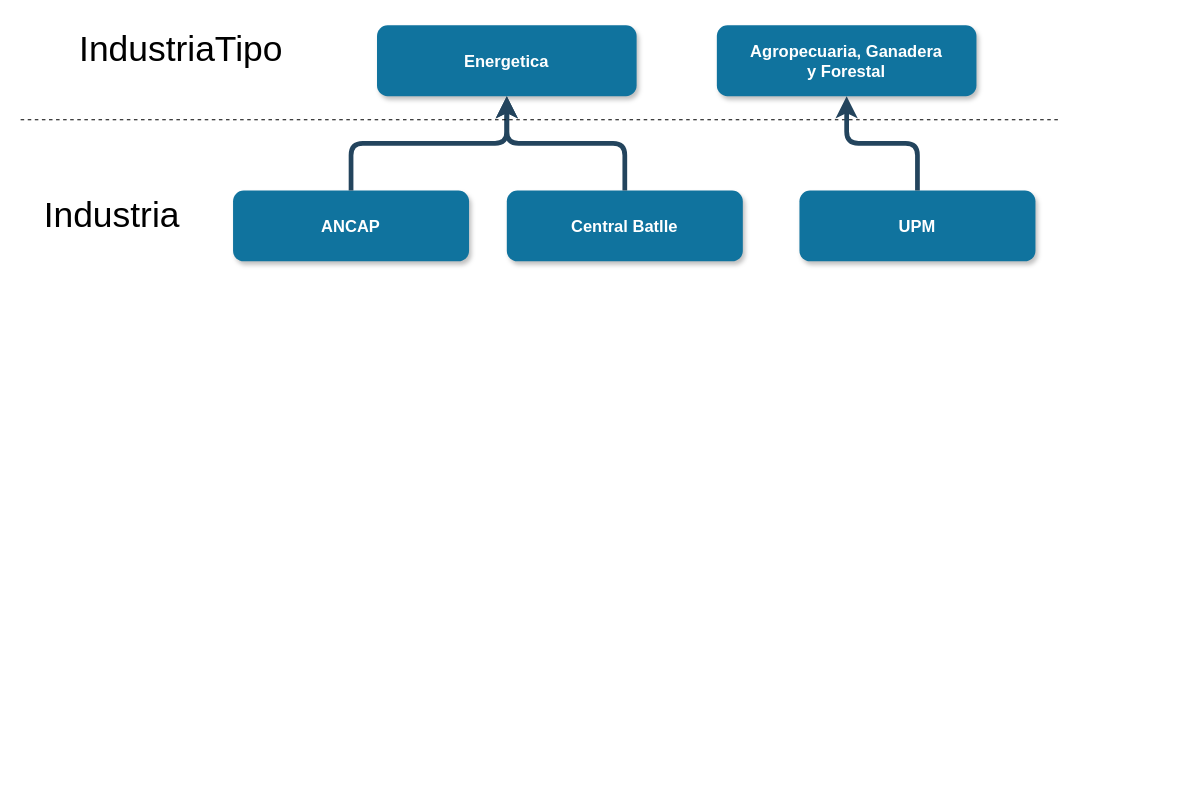
Above: 2. Diseño conceptual/industrias_example.drawio in gonzalomelov/dw-calidad-aire-docs (draw.io), before the change. Source tidied: cells renumbered, new cells numbered last; positions are measured from the earlier drawing's top-left corner, leaving out a move shared by most shapes. Both pictures are drawn from the tidied source at 118%, with x=0, y=0 at pixel (20, 25).
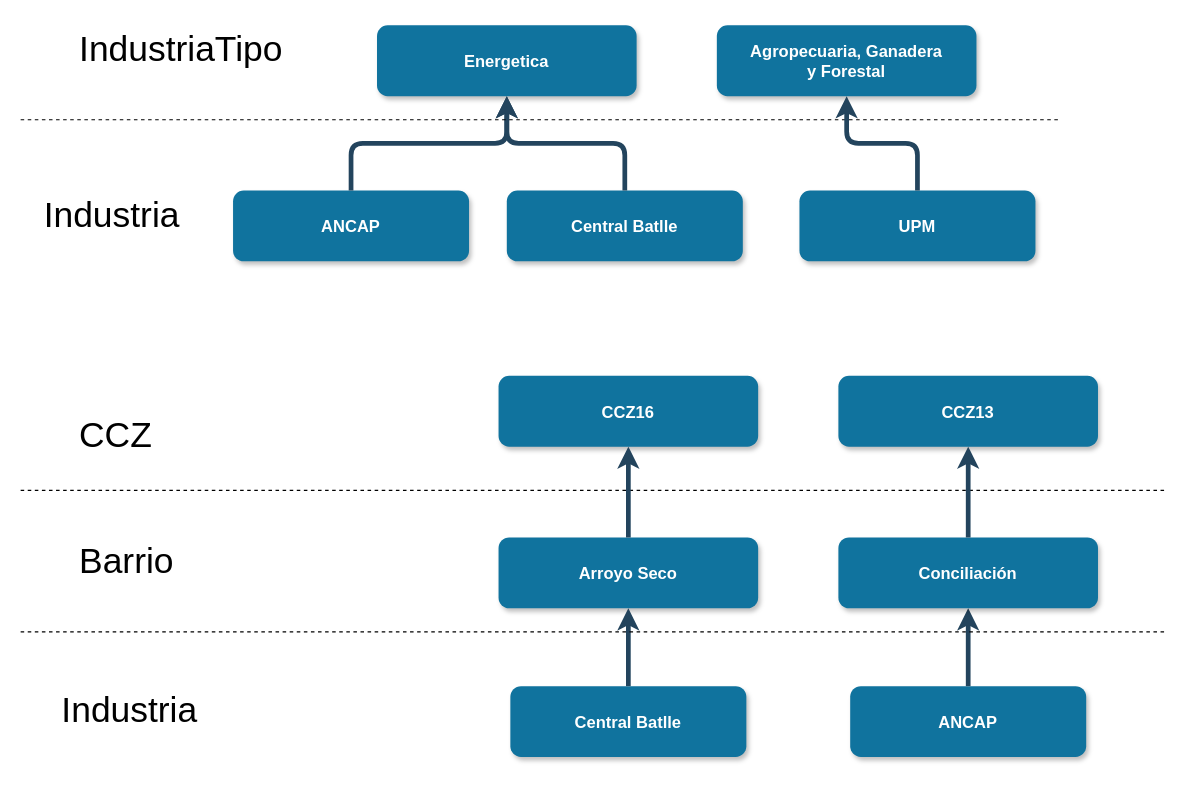
The same diagram, later.

The edit, as a diff of the source:
```diff
@@
+    <mxCell id="13" value="Central Batlle" style="rounded=1;fillColor=#10739E;strokeColor=none;shadow=1;gradientColor=none;fontStyle=1;fontColor=#FFFFFF;fontSize=14;" parent="1" vertex="1">
+      <mxGeometry x="415" y="560" width="200" height="60" as="geometry" />
+    </mxCell>
+    <mxCell id="14" value="ANCAP" style="rounded=1;fillColor=#10739E;strokeColor=none;shadow=1;gradientColor=none;fontStyle=1;fontColor=#FFFFFF;fontSize=14;" parent="1" vertex="1">
+      <mxGeometry x="703" y="560" width="200" height="60" as="geometry" />
+    </mxCell>
+    <mxCell id="15" value="Arroyo Seco" style="rounded=1;fillColor=#10739E;strokeColor=none;shadow=1;gradientColor=none;fontStyle=1;fontColor=#FFFFFF;fontSize=14;" parent="1" vertex="1">
+      <mxGeometry x="405" y="434" width="220" height="60" as="geometry" />
+    </mxCell>
+    <mxCell id="16" style="edgeStyle=elbowEdgeStyle;elbow=vertical;strokeWidth=4;endArrow=none;endFill=0;fontStyle=1;strokeColor=#23445D;startArrow=classic;startFill=1;entryX=0.5;entryY=0;entryDx=0;entryDy=0;" parent="1" edge="1" source="15" target="13">
+      <mxGeometry x="-75" y="804" as="geometry" />
+    </mxCell>
+    <mxCell id="17" style="edgeStyle=elbowEdgeStyle;elbow=vertical;strokeWidth=4;endArrow=none;endFill=0;fontStyle=1;strokeColor=#23445D;exitX=0.5;exitY=1;exitDx=0;exitDy=0;startArrow=classic;startFill=1;entryX=0.5;entryY=0;entryDx=0;entryDy=0;" parent="1" edge="1" source="20" target="14">
+      <mxGeometry x="-75" y="804" as="geometry" />
+    </mxCell>
+    <mxCell id="18" style="endArrow=none;dashed=1;html=1;" parent="1" edge="1">
+      <mxGeometry relative="1" as="geometry">
+        <mxPoint y="514" as="sourcePoint" />
+        <mxPoint x="970" y="514" as="targetPoint" />
+      </mxGeometry>
+    </mxCell>
+    <mxCell id="19" value="&lt;font size=&quot;1&quot;&gt;&lt;span style=&quot;font-size: 30px&quot;&gt;Barrio&lt;/span&gt;&lt;/font&gt;" style="text;html=1;align=left;verticalAlign=top;spacingTop=-4;" parent="1" vertex="1">
+      <mxGeometry x="48" y="434" width="100" height="20" as="geometry" />
+    </mxCell>
+    <mxCell id="20" value="Conciliación" style="rounded=1;fillColor=#10739E;strokeColor=none;shadow=1;gradientColor=none;fontStyle=1;fontColor=#FFFFFF;fontSize=14;" parent="1" vertex="1">
+      <mxGeometry x="693" y="434" width="220" height="60" as="geometry" />
+    </mxCell>
+    <mxCell id="21" value="&lt;font size=&quot;1&quot;&gt;&lt;span style=&quot;font-size: 30px&quot;&gt;CCZ&lt;/span&gt;&lt;/font&gt;" style="text;html=1;align=left;verticalAlign=top;spacingTop=-4;" parent="1" vertex="1">
+      <mxGeometry x="48" y="327" width="80" height="20" as="geometry" />
+    </mxCell>
+    <mxCell id="22" style="endArrow=none;dashed=1;html=1;" parent="1" edge="1">
+      <mxGeometry relative="1" as="geometry">
+        <mxPoint y="394" as="sourcePoint" />
+        <mxPoint x="970" y="394" as="targetPoint" />
+      </mxGeometry>
+    </mxCell>
+    <mxCell id="23" value="CCZ16" style="rounded=1;fillColor=#10739E;strokeColor=none;shadow=1;gradientColor=none;fontStyle=1;fontColor=#FFFFFF;fontSize=14;" parent="1" vertex="1">
+      <mxGeometry x="405" y="297" width="220" height="60" as="geometry" />
+    </mxCell>
+    <mxCell id="24" value="CCZ13" style="rounded=1;fillColor=#10739E;strokeColor=none;shadow=1;gradientColor=none;fontStyle=1;fontColor=#FFFFFF;fontSize=14;" parent="1" vertex="1">
+      <mxGeometry x="693" y="297" width="220" height="60" as="geometry" />
+    </mxCell>
+    <mxCell id="25" style="edgeStyle=elbowEdgeStyle;elbow=vertical;strokeWidth=4;endArrow=none;endFill=0;fontStyle=1;strokeColor=#23445D;startArrow=classic;startFill=1;exitX=0.5;exitY=1;exitDx=0;exitDy=0;entryX=0.5;entryY=0;entryDx=0;entryDy=0;" parent="1" edge="1" source="23" target="15">
+      <mxGeometry x="-65" y="814" as="geometry" />
+    </mxCell>
+    <mxCell id="26" style="edgeStyle=elbowEdgeStyle;elbow=vertical;strokeWidth=4;endArrow=none;endFill=0;fontStyle=1;strokeColor=#23445D;startArrow=classic;startFill=1;exitX=0.5;exitY=1;exitDx=0;exitDy=0;entryX=0.5;entryY=0;entryDx=0;entryDy=0;" parent="1" edge="1" source="24" target="20">
+      <mxGeometry x="280" y="834" as="geometry" />
+    </mxCell>
+    <mxCell id="27" value="&lt;span style=&quot;font-size: 30px&quot;&gt;Industria&lt;/span&gt;" style="text;html=1;align=left;verticalAlign=top;spacingTop=-4;" parent="1" vertex="1">
+      <mxGeometry x="33" y="560" width="130" height="20" as="geometry" />
+    </mxCell>
```
